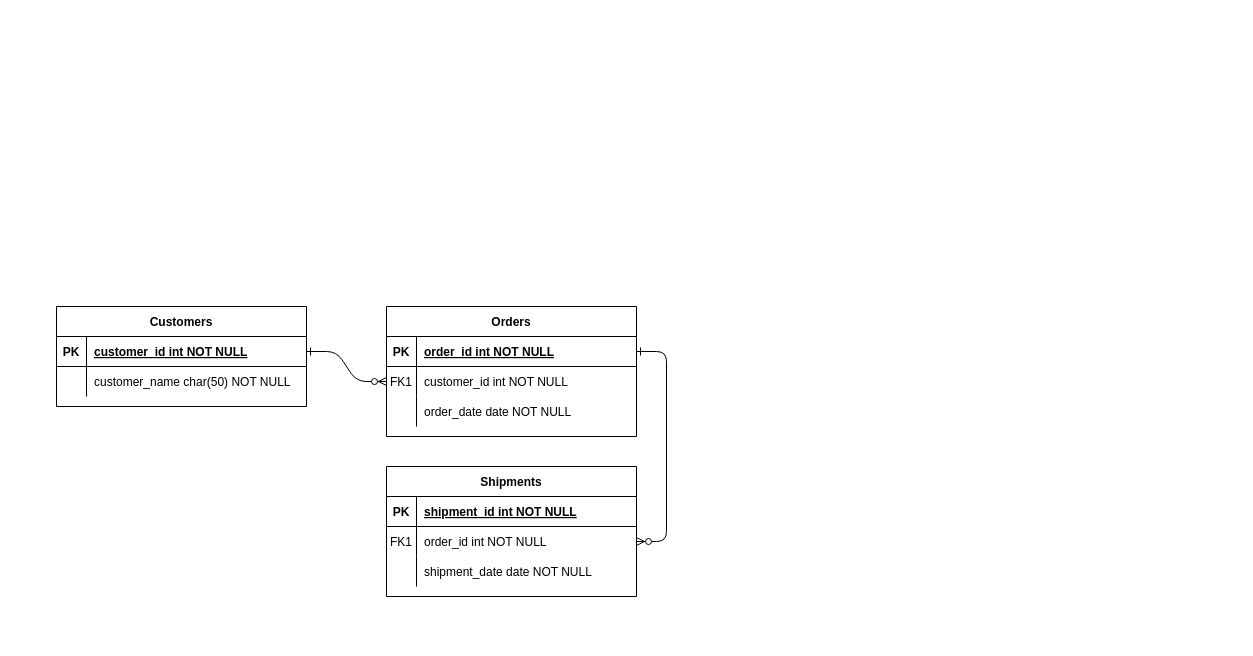
The draw.io diagram Graph/Untitled Diagram.drawio in stevensafin/stevensafin.github.io, before the edit. Source tidied: cells renumbered, new cells numbered last; positions are measured from the earlier drawing's top-left corner, leaving out a move shared by most shapes. Both pictures are drawn from the tidied source at 100%, with x=0, y=0 at pixel (56, 306).
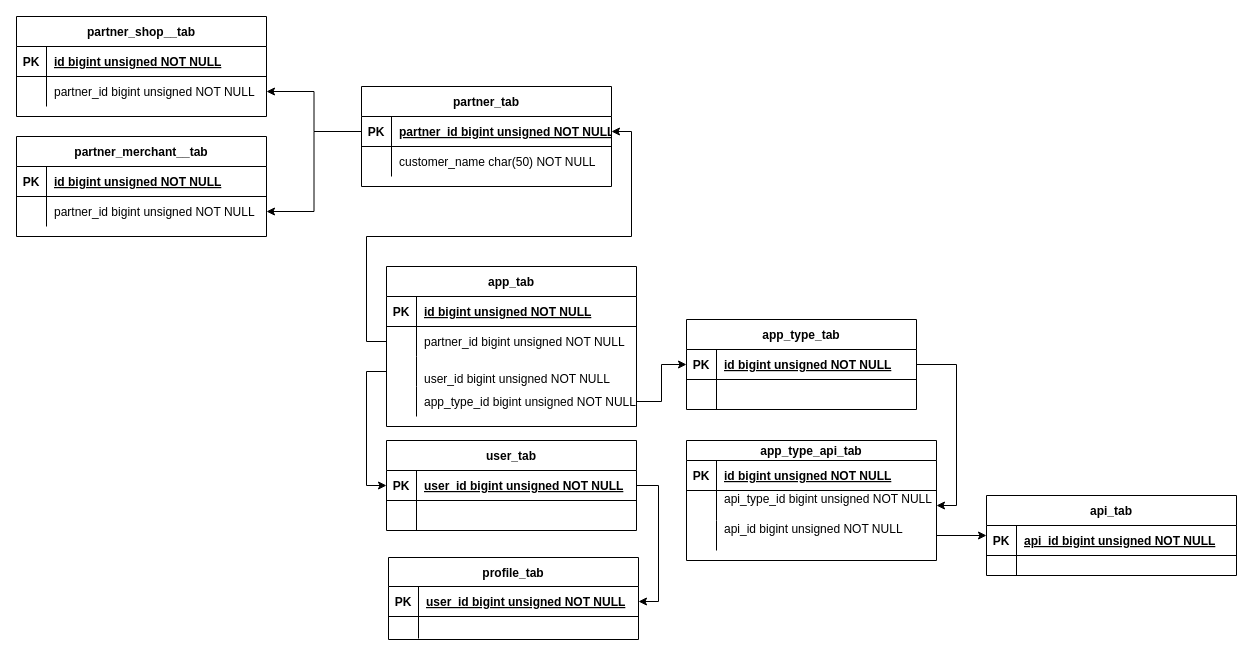
Above is the later version.

Unchanged cells that the change refers to:
```xml
<mxCell id="5" style="shape=partialRectangle;fillColor=none;points=[[0,0.5],[1,0.5]];portConstraint=eastwest;top=0;left=0;right=0;bottom=1;" parent="4" vertex="1">
  <mxGeometry y="30" width="250" height="30" as="geometry" />
</mxCell>
<mxCell id="8" style="shape=partialRectangle;fillColor=none;points=[[0,0.5],[1,0.5]];portConstraint=eastwest;top=0;left=0;right=0;bottom=0;" parent="4" vertex="1">
  <mxGeometry y="60" width="250" height="30" as="geometry" />
</mxCell>
<mxCell id="11" style="shape=partialRectangle;fillColor=none;points=[[0,0.5],[1,0.5]];portConstraint=eastwest;top=0;left=0;right=0;bottom=0;" parent="4" vertex="1">
  <mxGeometry y="90" width="250" height="30" as="geometry" />
</mxCell>
<mxCell id="15" style="shape=partialRectangle;fillColor=none;points=[[0,0.5],[1,0.5]];portConstraint=eastwest;top=0;left=0;right=0;bottom=1;" parent="14" vertex="1">
  <mxGeometry y="30" width="250" height="30" as="geometry" />
</mxCell>
<mxCell id="18" style="shape=partialRectangle;fillColor=none;points=[[0,0.5],[1,0.5]];portConstraint=eastwest;top=0;left=0;right=0;bottom=0;" parent="14" vertex="1">
  <mxGeometry y="60" width="250" height="30" as="geometry" />
</mxCell>
<mxCell id="25" style="shape=partialRectangle;fillColor=none;points=[[0,0.5],[1,0.5]];portConstraint=eastwest;top=0;left=0;right=0;bottom=1;" parent="24" vertex="1">
  <mxGeometry y="30" width="250" height="30" as="geometry" />
</mxCell>
```

The edit, as a diff of the source:
```diff
@@
-    <mxCell id="2" style="edgeStyle=entityRelationEdgeStyle;endArrow=ERzeroToMany;startArrow=ERone;endFill=1;startFill=0;" parent="1" edge="1" source="25" target="8">
-      <mxGeometry relative="1" as="geometry" />
-    </mxCell>
-    <mxCell id="3" style="edgeStyle=entityRelationEdgeStyle;endArrow=ERzeroToMany;startArrow=ERone;endFill=1;startFill=0;" parent="1" edge="1" source="5" target="18">
-      <mxGeometry relative="1" as="geometry" />
-    </mxCell>
-    <mxCell id="4" value="Orders" style="shape=table;startSize=30;childLayout=tableLayout;rowLines=0;fontStyle=1;align=center;" parent="1" vertex="1">
-      <mxGeometry x="330" width="250" height="130" as="geometry" />
+    <mxCell id="4" value="app_tab" style="shape=table;startSize=30;childLayout=tableLayout;rowLines=0;fontStyle=1;align=center;" parent="1" vertex="1">
+      <mxGeometry x="330" y="-40" width="250" height="160" as="geometry" />
     </mxCell>
@@
-    <mxCell id="7" value="order_id int NOT NULL " style="shape=partialRectangle;overflow=hidden;fillColor=none;top=0;left=0;bottom=0;right=0;align=left;spacingLeft=6;fontStyle=5;" parent="5" vertex="1">
+    <mxCell id="7" value="id bigint unsigned NOT NULL " style="shape=partialRectangle;overflow=hidden;fillColor=none;top=0;left=0;bottom=0;right=0;align=left;spacingLeft=6;fontStyle=5;" parent="5" vertex="1">
       <mxGeometry x="30" width="220" height="30" as="geometry" />
     </mxCell>
@@
-    <mxCell id="9" value="FK1" style="shape=partialRectangle;overflow=hidden;fillColor=none;top=0;left=0;bottom=0;right=0;" parent="8" vertex="1">
+    <mxCell id="9" style="shape=partialRectangle;overflow=hidden;fillColor=none;top=0;left=0;bottom=0;right=0;" parent="8" vertex="1">
       <mxGeometry width="30" height="30" as="geometry" />
     </mxCell>
-    <mxCell id="10" value="customer_id int NOT NULL" style="shape=partialRectangle;overflow=hidden;fillColor=none;top=0;left=0;bottom=0;right=0;align=left;spacingLeft=6;" parent="8" vertex="1">
+    <mxCell id="10" value="partner_id bigint unsigned NOT NULL" style="shape=partialRectangle;overflow=hidden;fillColor=none;top=0;left=0;bottom=0;right=0;align=left;spacingLeft=6;" parent="8" vertex="1">
       <mxGeometry x="30" width="220" height="30" as="geometry" />
     </mxCell>
@@
-    <mxCell id="13" value="order_date date NOT NULL" style="shape=partialRectangle;overflow=hidden;fillColor=none;top=0;left=0;bottom=0;right=0;align=left;spacingLeft=6;" parent="11" vertex="1">
+    <mxCell id="13" value="&#10;user_id bigint unsigned NOT NULL&#10;" style="shape=partialRectangle;overflow=hidden;fillColor=none;top=0;left=0;bottom=0;right=0;align=left;spacingLeft=6;" parent="11" vertex="1">
       <mxGeometry x="30" width="220" height="30" as="geometry" />
     </mxCell>
+    <mxCell id="31" style="shape=partialRectangle;fillColor=none;points=[[0,0.5],[1,0.5]];portConstraint=eastwest;top=0;left=0;right=0;bottom=0;" parent="4" vertex="1">
+      <mxGeometry y="120" width="250" height="30" as="geometry" />
+    </mxCell>
+    <mxCell id="32" style="shape=partialRectangle;overflow=hidden;fillColor=none;top=0;left=0;bottom=0;right=0;" parent="31" vertex="1">
+      <mxGeometry width="30" height="30" as="geometry" />
+    </mxCell>
+    <mxCell id="33" value="app_type_id bigint unsigned NOT NULL" style="shape=partialRectangle;overflow=hidden;fillColor=none;top=0;left=0;bottom=0;right=0;align=left;spacingLeft=6;" parent="31" vertex="1">
+      <mxGeometry x="30" width="220" height="30" as="geometry" />
+    </mxCell>
-    <mxCell id="14" value="Shipments" style="shape=table;startSize=30;childLayout=tableLayout;rowLines=0;fontStyle=1;align=center;" parent="1" vertex="1">
-      <mxGeometry x="330" y="160" width="250" height="130" as="geometry" />
+    <mxCell id="14" value="user_tab" style="shape=table;startSize=30;childLayout=tableLayout;rowLines=0;fontStyle=1;align=center;" parent="1" vertex="1">
+      <mxGeometry x="330" y="134" width="250" height="90" as="geometry" />
     </mxCell>
@@
-    <mxCell id="17" value="shipment_id int NOT NULL " style="shape=partialRectangle;overflow=hidden;fillColor=none;top=0;left=0;bottom=0;right=0;align=left;spacingLeft=6;fontStyle=5;" parent="15" vertex="1">
+    <mxCell id="17" value="user_id bigint unsigned NOT NULL" style="shape=partialRectangle;overflow=hidden;fillColor=none;top=0;left=0;bottom=0;right=0;align=left;spacingLeft=6;fontStyle=5;" parent="15" vertex="1">
       <mxGeometry x="30" width="220" height="30" as="geometry" />
     </mxCell>
@@
-    <mxCell id="19" value="FK1" style="shape=partialRectangle;overflow=hidden;fillColor=none;top=0;left=0;bottom=0;right=0;" parent="18" vertex="1">
+    <mxCell id="19" style="shape=partialRectangle;overflow=hidden;fillColor=none;top=0;left=0;bottom=0;right=0;" parent="18" vertex="1">
       <mxGeometry width="30" height="30" as="geometry" />
     </mxCell>
-    <mxCell id="20" value="order_id int NOT NULL" style="shape=partialRectangle;overflow=hidden;fillColor=none;top=0;left=0;bottom=0;right=0;align=left;spacingLeft=6;" parent="18" vertex="1">
+    <mxCell id="20" style="shape=partialRectangle;overflow=hidden;fillColor=none;top=0;left=0;bottom=0;right=0;align=left;spacingLeft=6;" parent="18" vertex="1">
       <mxGeometry x="30" width="220" height="30" as="geometry" />
     </mxCell>
-    <mxCell id="21" style="shape=partialRectangle;fillColor=none;top=0;left=0;right=0;bottom=0;" parent="14" vertex="1">
-      <mxGeometry y="90" width="250" height="30" as="geometry" />
-    </mxCell>
-    <mxCell id="22" style="shape=partialRectangle;overflow=hidden;fillColor=none;top=0;left=0;bottom=0;right=0;" parent="21" vertex="1">
-      <mxGeometry width="30" height="30" as="geometry" />
-    </mxCell>
-    <mxCell id="23" value="shipment_date date NOT NULL" style="shape=partialRectangle;overflow=hidden;fillColor=none;top=0;left=0;bottom=0;right=0;align=left;spacingLeft=6;" parent="21" vertex="1">
-      <mxGeometry x="30" width="220" height="30" as="geometry" />
-    </mxCell>
-    <mxCell id="24" value="Customers" style="shape=table;startSize=30;childLayout=tableLayout;rowLines=0;fontStyle=1;align=center;" parent="1" vertex="1">
-      <mxGeometry width="250" height="100" as="geometry" />
+    <mxCell id="24" value="partner_tab" style="shape=table;startSize=30;childLayout=tableLayout;rowLines=0;fontStyle=1;align=center;" parent="1" vertex="1">
+      <mxGeometry x="305" y="-220" width="250" height="100" as="geometry" />
     </mxCell>
@@
-    <mxCell id="27" value="customer_id int NOT NULL " style="shape=partialRectangle;overflow=hidden;fillColor=none;top=0;left=0;bottom=0;right=0;align=left;spacingLeft=6;fontStyle=5;" parent="25" vertex="1">
+    <mxCell id="27" value="partner_id bigint unsigned NOT NULL " style="shape=partialRectangle;overflow=hidden;fillColor=none;top=0;left=0;bottom=0;right=0;align=left;spacingLeft=6;fontStyle=5;" parent="25" vertex="1">
       <mxGeometry x="30" width="220" height="30" as="geometry" />
     </mxCell>
@@
+    <mxCell id="34" value="partner_shop__tab" style="shape=table;startSize=30;childLayout=tableLayout;rowLines=0;fontStyle=1;align=center;" parent="1" vertex="1">
+      <mxGeometry x="-40" y="-290" width="250" height="100" as="geometry" />
+    </mxCell>
+    <mxCell id="35" style="shape=partialRectangle;fillColor=none;top=0;left=0;right=0;bottom=1;" parent="34" vertex="1">
+      <mxGeometry y="30" width="250" height="30" as="geometry" />
+    </mxCell>
+    <mxCell id="36" value="PK" style="shape=partialRectangle;overflow=hidden;fillColor=none;top=0;left=0;bottom=0;right=0;fontStyle=1;" parent="35" vertex="1">
+      <mxGeometry width="30" height="30" as="geometry" />
+    </mxCell>
+    <mxCell id="37" value="id bigint unsigned NOT NULL " style="shape=partialRectangle;overflow=hidden;fillColor=none;top=0;left=0;bottom=0;right=0;align=left;spacingLeft=6;fontStyle=5;" parent="35" vertex="1">
+      <mxGeometry x="30" width="220" height="30" as="geometry" />
+    </mxCell>
+    <mxCell id="38" style="shape=partialRectangle;fillColor=none;points=[[0,0.5],[1,0.5]];portConstraint=eastwest;top=0;left=0;right=0;bottom=0;" parent="34" vertex="1">
+      <mxGeometry y="60" width="250" height="30" as="geometry" />
+    </mxCell>
+    <mxCell id="39" style="shape=partialRectangle;overflow=hidden;fillColor=none;top=0;left=0;bottom=0;right=0;" parent="38" vertex="1">
+      <mxGeometry width="30" height="30" as="geometry" />
+    </mxCell>
+    <mxCell id="40" value="partner_id bigint unsigned NOT NULL" style="shape=partialRectangle;overflow=hidden;fillColor=none;top=0;left=0;bottom=0;right=0;align=left;spacingLeft=6;" parent="38" vertex="1">
+      <mxGeometry x="30" width="220" height="30" as="geometry" />
+    </mxCell>
+    <mxCell id="41" value="partner_merchant__tab" style="shape=table;startSize=30;childLayout=tableLayout;rowLines=0;fontStyle=1;align=center;" parent="1" vertex="1">
+      <mxGeometry x="-40" y="-170" width="250" height="100" as="geometry" />
+    </mxCell>
+    <mxCell id="42" style="shape=partialRectangle;fillColor=none;top=0;left=0;right=0;bottom=1;" parent="41" vertex="1">
+      <mxGeometry y="30" width="250" height="30" as="geometry" />
+    </mxCell>
+    <mxCell id="43" value="PK" style="shape=partialRectangle;overflow=hidden;fillColor=none;top=0;left=0;bottom=0;right=0;fontStyle=1;" parent="42" vertex="1">
+      <mxGeometry width="30" height="30" as="geometry" />
+    </mxCell>
+    <mxCell id="44" value="id bigint unsigned NOT NULL " style="shape=partialRectangle;overflow=hidden;fillColor=none;top=0;left=0;bottom=0;right=0;align=left;spacingLeft=6;fontStyle=5;" parent="42" vertex="1">
+      <mxGeometry x="30" width="220" height="30" as="geometry" />
+    </mxCell>
+    <mxCell id="45" style="shape=partialRectangle;fillColor=none;points=[[0,0.5],[1,0.5]];portConstraint=eastwest;top=0;left=0;right=0;bottom=0;" parent="41" vertex="1">
+      <mxGeometry y="60" width="250" height="30" as="geometry" />
+    </mxCell>
+    <mxCell id="46" style="shape=partialRectangle;overflow=hidden;fillColor=none;top=0;left=0;bottom=0;right=0;" parent="45" vertex="1">
+      <mxGeometry width="30" height="30" as="geometry" />
+    </mxCell>
+    <mxCell id="47" value="partner_id bigint unsigned NOT NULL" style="shape=partialRectangle;overflow=hidden;fillColor=none;top=0;left=0;bottom=0;right=0;align=left;spacingLeft=6;" parent="45" vertex="1">
+      <mxGeometry x="30" width="220" height="30" as="geometry" />
+    </mxCell>
+    <mxCell id="48" style="edgeStyle=orthogonalEdgeStyle;rounded=0;jettySize=auto;html=1;exitX=0;exitY=0.5;exitDx=0;exitDy=0;entryX=1;entryY=0.5;entryDx=0;entryDy=0;" parent="1" edge="1" source="25" target="38">
+      <mxGeometry relative="1" as="geometry" />
+    </mxCell>
+    <mxCell id="49" style="edgeStyle=orthogonalEdgeStyle;rounded=0;jettySize=auto;html=1;exitX=0;exitY=0.5;exitDx=0;exitDy=0;entryX=1;entryY=0.5;entryDx=0;entryDy=0;" parent="1" edge="1" source="25" target="45">
+      <mxGeometry relative="1" as="geometry" />
+    </mxCell>
+    <mxCell id="50" style="edgeStyle=orthogonalEdgeStyle;rounded=0;jettySize=auto;html=1;exitX=0;exitY=0.5;exitDx=0;exitDy=0;entryX=1;entryY=0.5;entryDx=0;entryDy=0;" parent="1" edge="1" source="8" target="25">
+      <mxGeometry relative="1" as="geometry" />
+    </mxCell>
+    <mxCell id="51" style="edgeStyle=orthogonalEdgeStyle;rounded=0;jettySize=auto;html=1;exitX=0;exitY=0.5;exitDx=0;exitDy=0;entryX=0;entryY=0.5;entryDx=0;entryDy=0;" parent="1" edge="1" source="11" target="15">
+      <mxGeometry relative="1" as="geometry" />
+    </mxCell>
+    <mxCell id="52" value="profile_tab" style="shape=table;startSize=29;childLayout=tableLayout;rowLines=0;fontStyle=1;align=center;" parent="1" vertex="1">
+      <mxGeometry x="332" y="251" width="250" height="82" as="geometry" />
+    </mxCell>
+    <mxCell id="53" style="shape=partialRectangle;fillColor=none;points=[[0,0.5],[1,0.5]];portConstraint=eastwest;top=0;left=0;right=0;bottom=1;" parent="52" vertex="1">
+      <mxGeometry y="29" width="250" height="30" as="geometry" />
+    </mxCell>
+    <mxCell id="54" value="PK" style="shape=partialRectangle;overflow=hidden;fillColor=none;top=0;left=0;bottom=0;right=0;fontStyle=1;" parent="53" vertex="1">
+      <mxGeometry width="30" height="30" as="geometry" />
+    </mxCell>
+    <mxCell id="55" value="user_id bigint unsigned NOT NULL" style="shape=partialRectangle;overflow=hidden;fillColor=none;top=0;left=0;bottom=0;right=0;align=left;spacingLeft=6;fontStyle=5;" parent="53" vertex="1">
+      <mxGeometry x="30" width="220" height="30" as="geometry" />
+    </mxCell>
+    <mxCell id="56" style="shape=partialRectangle;fillColor=none;top=0;left=0;right=0;bottom=0;" parent="52" vertex="1">
+      <mxGeometry y="59" width="250" height="22" as="geometry" />
+    </mxCell>
+    <mxCell id="57" style="shape=partialRectangle;overflow=hidden;fillColor=none;top=0;left=0;bottom=0;right=0;" parent="56" vertex="1">
+      <mxGeometry width="30" height="22" as="geometry" />
+    </mxCell>
+    <mxCell id="58" style="shape=partialRectangle;overflow=hidden;fillColor=none;top=0;left=0;bottom=0;right=0;align=left;spacingLeft=6;" parent="56" vertex="1">
+      <mxGeometry x="30" width="220" height="22" as="geometry" />
+    </mxCell>
+    <mxCell id="59" value="app_type_tab" style="shape=table;startSize=30;childLayout=tableLayout;rowLines=0;fontStyle=1;align=center;" parent="1" vertex="1">
+      <mxGeometry x="630" y="13" width="230" height="90" as="geometry" />
+    </mxCell>
+    <mxCell id="60" style="shape=partialRectangle;fillColor=none;points=[[0,0.5],[1,0.5]];portConstraint=eastwest;top=0;left=0;right=0;bottom=1;" parent="59" vertex="1">
+      <mxGeometry y="30" width="230" height="30" as="geometry" />
+    </mxCell>
+    <mxCell id="61" value="PK" style="shape=partialRectangle;overflow=hidden;fillColor=none;top=0;left=0;bottom=0;right=0;fontStyle=1;" parent="60" vertex="1">
+      <mxGeometry width="30" height="30" as="geometry" />
+    </mxCell>
+    <mxCell id="62" value="id bigint unsigned NOT NULL" style="shape=partialRectangle;overflow=hidden;fillColor=none;top=0;left=0;bottom=0;right=0;align=left;spacingLeft=6;fontStyle=5;" parent="60" vertex="1">
+      <mxGeometry x="30" width="200" height="30" as="geometry" />
+    </mxCell>
+    <mxCell id="63" style="shape=partialRectangle;fillColor=none;top=0;left=0;right=0;bottom=0;" parent="59" vertex="1">
+      <mxGeometry y="60" width="230" height="30" as="geometry" />
+    </mxCell>
+    <mxCell id="64" style="shape=partialRectangle;overflow=hidden;fillColor=none;top=0;left=0;bottom=0;right=0;" parent="63" vertex="1">
+      <mxGeometry width="30" height="30" as="geometry" />
+    </mxCell>
+    <mxCell id="65" style="shape=partialRectangle;overflow=hidden;fillColor=none;top=0;left=0;bottom=0;right=0;align=left;spacingLeft=6;" parent="63" vertex="1">
+      <mxGeometry x="30" width="200" height="30" as="geometry" />
+    </mxCell>
+    <mxCell id="66" style="edgeStyle=orthogonalEdgeStyle;rounded=0;jettySize=auto;html=1;exitX=1;exitY=0.5;exitDx=0;exitDy=0;entryX=0;entryY=0.5;entryDx=0;entryDy=0;" parent="1" edge="1" source="31" target="60">
+      <mxGeometry relative="1" as="geometry" />
+    </mxCell>
+    <mxCell id="67" value="app_type_api_tab" style="shape=table;startSize=20;childLayout=tableLayout;rowLines=0;fontStyle=1;align=center;" parent="1" vertex="1">
+      <mxGeometry x="630" y="134" width="250" height="120" as="geometry" />
+    </mxCell>
+    <mxCell id="68" style="shape=partialRectangle;fillColor=none;top=0;left=0;right=0;bottom=1;" parent="67" vertex="1">
+      <mxGeometry y="20" width="250" height="30" as="geometry" />
+    </mxCell>
+    <mxCell id="69" value="PK" style="shape=partialRectangle;overflow=hidden;fillColor=none;top=0;left=0;bottom=0;right=0;fontStyle=1;" parent="68" vertex="1">
+      <mxGeometry width="30" height="30" as="geometry" />
+    </mxCell>
+    <mxCell id="70" value="id bigint unsigned NOT NULL" style="shape=partialRectangle;overflow=hidden;fillColor=none;top=0;left=0;bottom=0;right=0;align=left;spacingLeft=6;fontStyle=5;" parent="68" vertex="1">
+      <mxGeometry x="30" width="220" height="30" as="geometry" />
+    </mxCell>
+    <mxCell id="71" style="shape=partialRectangle;fillColor=none;points=[[0,0.5],[1,0.5]];portConstraint=eastwest;top=0;left=0;right=0;bottom=0;" parent="67" vertex="1">
+      <mxGeometry y="50" width="250" height="30" as="geometry" />
+    </mxCell>
+    <mxCell id="72" style="shape=partialRectangle;overflow=hidden;fillColor=none;top=0;left=0;bottom=0;right=0;" parent="71" vertex="1">
+      <mxGeometry width="30" height="30" as="geometry" />
+    </mxCell>
+    <mxCell id="73" value="api_type_id bigint unsigned NOT NULL&#10;" style="shape=partialRectangle;overflow=hidden;fillColor=none;top=0;left=0;bottom=0;right=0;align=left;spacingLeft=6;" parent="71" vertex="1">
+      <mxGeometry x="30" width="220" height="30" as="geometry" />
+    </mxCell>
+    <mxCell id="74" style="shape=partialRectangle;fillColor=none;points=[[0,0.5],[1,0.5]];portConstraint=eastwest;top=0;left=0;right=0;bottom=0;" parent="67" vertex="1">
+      <mxGeometry y="80" width="250" height="30" as="geometry" />
+    </mxCell>
+    <mxCell id="75" style="shape=partialRectangle;overflow=hidden;fillColor=none;top=0;left=0;bottom=0;right=0;" parent="74" vertex="1">
+      <mxGeometry width="30" height="30" as="geometry" />
+    </mxCell>
+    <mxCell id="76" value="api_id bigint unsigned NOT NULL&#10;" style="shape=partialRectangle;overflow=hidden;fillColor=none;top=0;left=0;bottom=0;right=0;align=left;spacingLeft=6;" parent="74" vertex="1">
+      <mxGeometry x="30" width="220" height="30" as="geometry" />
+    </mxCell>
+    <mxCell id="77" value="api_tab" style="shape=table;startSize=30;childLayout=tableLayout;rowLines=0;fontStyle=1;align=center;" parent="1" vertex="1">
+      <mxGeometry x="930" y="189" width="250" height="80" as="geometry" />
+    </mxCell>
+    <mxCell id="78" style="shape=partialRectangle;fillColor=none;top=0;left=0;right=0;bottom=1;" parent="77" vertex="1">
+      <mxGeometry y="30" width="250" height="30" as="geometry" />
+    </mxCell>
+    <mxCell id="79" value="PK" style="shape=partialRectangle;overflow=hidden;fillColor=none;top=0;left=0;bottom=0;right=0;fontStyle=1;" parent="78" vertex="1">
+      <mxGeometry width="30" height="30" as="geometry" />
+    </mxCell>
+    <mxCell id="80" value="api_id bigint unsigned NOT NULL" style="shape=partialRectangle;overflow=hidden;fillColor=none;top=0;left=0;bottom=0;right=0;align=left;spacingLeft=6;fontStyle=5;" parent="78" vertex="1">
+      <mxGeometry x="30" width="220" height="30" as="geometry" />
+    </mxCell>
+    <mxCell id="81" style="shape=partialRectangle;fillColor=none;top=0;left=0;right=0;bottom=0;" parent="77" vertex="1">
+      <mxGeometry y="60" width="250" height="20" as="geometry" />
+    </mxCell>
+    <mxCell id="82" style="shape=partialRectangle;overflow=hidden;fillColor=none;top=0;left=0;bottom=0;right=0;" parent="81" vertex="1">
+      <mxGeometry width="30" height="20" as="geometry" />
+    </mxCell>
+    <mxCell id="83" style="shape=partialRectangle;overflow=hidden;fillColor=none;top=0;left=0;bottom=0;right=0;align=left;spacingLeft=6;" parent="81" vertex="1">
+      <mxGeometry x="30" width="220" height="20" as="geometry" />
+    </mxCell>
+    <mxCell id="84" style="edgeStyle=orthogonalEdgeStyle;rounded=0;jettySize=auto;html=1;exitX=1;exitY=0.5;exitDx=0;exitDy=0;entryX=1;entryY=0.5;entryDx=0;entryDy=0;" parent="1" edge="1" source="15" target="53">
+      <mxGeometry relative="1" as="geometry" />
+    </mxCell>
+    <mxCell id="85" style="edgeStyle=orthogonalEdgeStyle;rounded=0;jettySize=auto;html=1;exitX=1;exitY=0.5;exitDx=0;exitDy=0;entryX=0;entryY=0.5;entryDx=0;entryDy=0;" parent="1" edge="1" source="74" target="77">
+      <mxGeometry relative="1" as="geometry" />
+    </mxCell>
+    <mxCell id="86" style="edgeStyle=orthogonalEdgeStyle;rounded=0;jettySize=auto;html=1;exitX=1;exitY=0.5;exitDx=0;exitDy=0;entryX=1;entryY=0.5;entryDx=0;entryDy=0;" parent="1" edge="1" source="60" target="71">
+      <mxGeometry relative="1" as="geometry" />
+    </mxCell>
```
